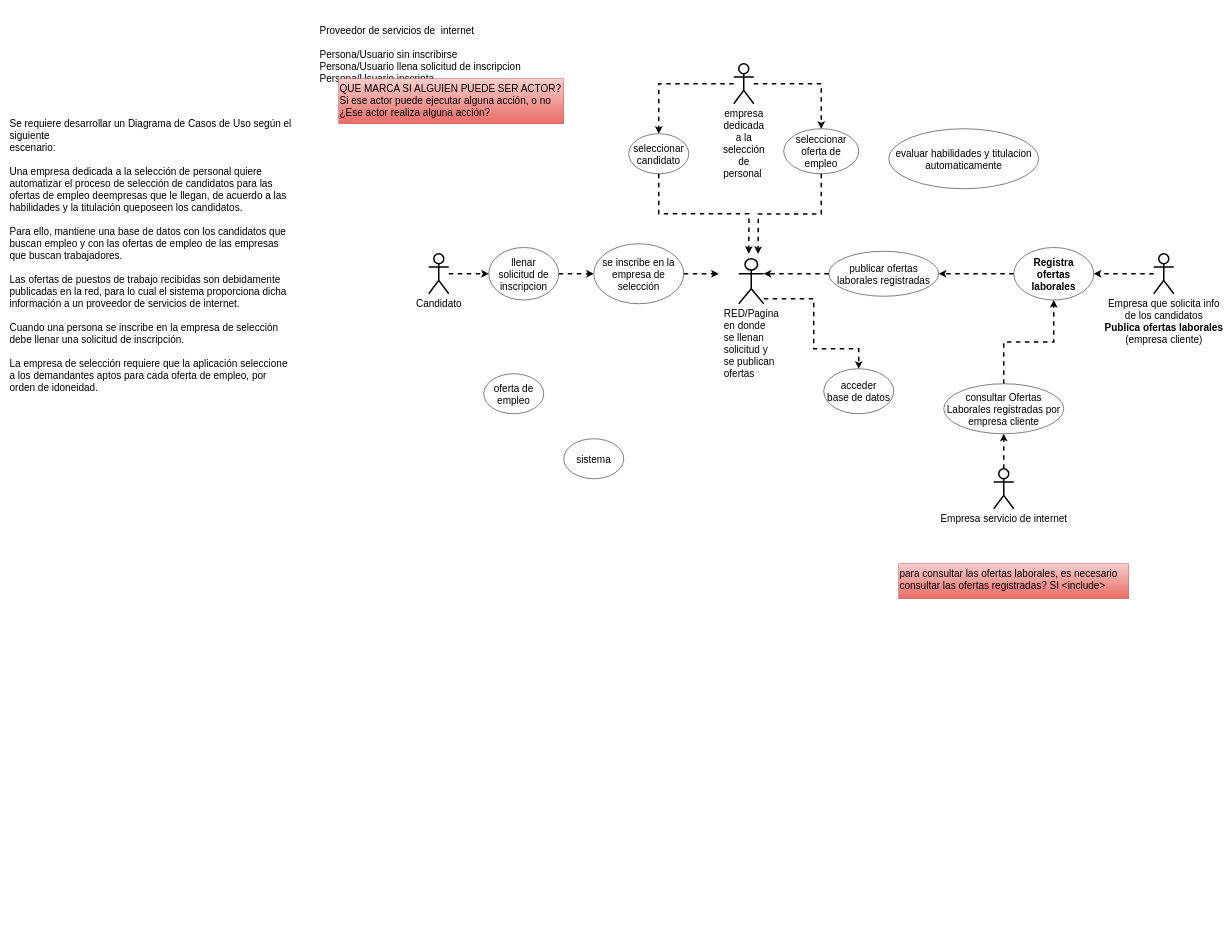
Before: 122_modelado_diseño_de_software/Ej1DiagramasDeCasoDeUso_Empresa.drawio in VictoriaIleanaRodriguezMora/ifts, a draw.io diagram. Source tidied: cells renumbered, new cells numbered last; positions are measured from the earlier drawing's top-left corner, leaving out a move shared by most shapes. Both pictures are drawn from the tidied source at 50%, with x=0, y=0 at pixel (8, 8).
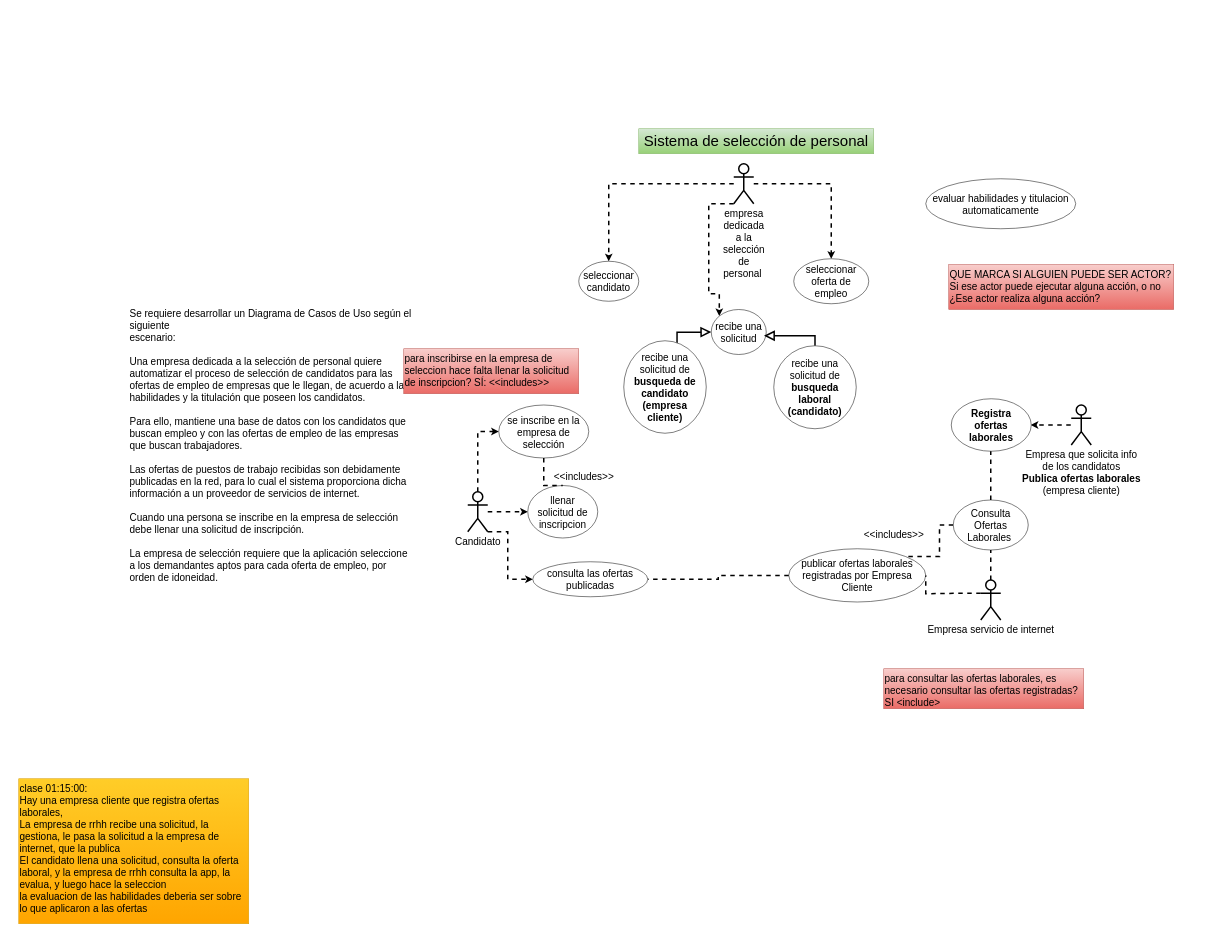
Above is the later version.

Commit message:
feat: Gran avance en la tarea

Diff of the diagram source:
```diff
@@
-    <mxCell id="2" value="Se requiere desarrollar un Diagrama de Casos de Uso según el siguiente&#10;escenario:&#10;&#10;Una empresa dedicada a la selección de personal quiere automatizar el proceso de selección de candidatos para las ofertas de empleo deempresas que le llegan, de acuerdo a las habilidades y la titulación queposeen los candidatos. &#10;&#10;Para ello, mantiene una base de datos con los candidatos que buscan empleo y con las ofertas de empleo de las empresas que buscan trabajadores. &#10;&#10;Las ofertas de puestos de trabajo recibidas son debidamente publicadas en la red, para lo cual el sistema proporciona dicha información a un proveedor de servicios de internet.&#10;&#10;Cuando una persona se inscribe en la empresa de selección debe llenar una solicitud de inscripción. &#10;&#10;La empresa de selección requiere que la aplicación seleccione a los demandantes aptos para cada oferta de empleo, por orden de idoneidad." style="text;whiteSpace=wrap;fontSize=20;" parent="1" vertex="1">
-      <mxGeometry y="210" width="570" height="570" as="geometry" />
+    <mxCell id="2" value="Se requiere desarrollar un Diagrama de Casos de Uso según el siguiente&#10;escenario:&#10;&#10;Una empresa dedicada a la selección de personal quiere automatizar el proceso de selección de candidatos para las ofertas de empleo de empresas que le llegan, de acuerdo a las habilidades y la titulación que poseen los candidatos. &#10;&#10;Para ello, mantiene una base de datos con los candidatos que buscan empleo y con las ofertas de empleo de las empresas que buscan trabajadores. &#10;&#10;Las ofertas de puestos de trabajo recibidas son debidamente publicadas en la red, para lo cual el sistema proporciona dicha información a un proveedor de servicios de internet.&#10;&#10;Cuando una persona se inscribe en la empresa de selección debe llenar una solicitud de inscripción. &#10;&#10;La empresa de selección requiere que la aplicación seleccione a los demandantes aptos para cada oferta de empleo, por orden de idoneidad." style="text;whiteSpace=wrap;fontSize=20;" parent="1" vertex="1">
+      <mxGeometry x="240" y="590" width="570" height="570" as="geometry" />
     </mxCell>
-    <mxCell id="3" value="&#10;Proveedor de servicios de  internet&#10;&#10;Persona/Usuario sin inscribirse&#10;Persona/Usuario llena solicitud de inscripcion&#10;Persona/Usuario inscripta" style="text;whiteSpace=wrap;fontSize=20;" parent="1" vertex="1">
-      <mxGeometry x="620" width="410" height="170" as="geometry" />
-    </mxCell>
@@
+    <mxCell id="35" style="edgeStyle=orthogonalEdgeStyle;rounded=0;jettySize=auto;html=1;exitX=0;exitY=1;exitDx=0;exitDy=0;exitPerimeter=0;entryX=0;entryY=0;entryDx=0;entryDy=0;dashed=1;strokeWidth=3;" parent="1" edge="1" source="6" target="43">
+      <mxGeometry relative="1" as="geometry">
+        <Array as="points">
+          <mxPoint x="1400" y="390" />
+          <mxPoint x="1400" y="570" />
+          <mxPoint x="1421" y="570" />
+        </Array>
+      </mxGeometry>
+    </mxCell>
     <mxCell id="6" value="&lt;span style=&quot;text-wrap-mode: wrap; text-align: left;&quot;&gt;empresa dedicada&lt;br&gt;a la&lt;br&gt;&lt;/span&gt;&lt;div&gt;&lt;span style=&quot;text-align: left; text-wrap-mode: wrap;&quot;&gt;selección de personal&amp;nbsp;&lt;/span&gt;&lt;/div&gt;" style="shape=umlActor;verticalLabelPosition=bottom;verticalAlign=top;html=1;outlineConnect=0;fontSize=20;strokeWidth=3;" parent="1" vertex="1">
-      <mxGeometry x="1450" y="110" width="40" height="80" as="geometry" />
+      <mxGeometry x="1450" y="310" width="40" height="80" as="geometry" />
     </mxCell>
-    <mxCell id="7" value="oferta de empleo" style="ellipse;whiteSpace=wrap;html=1;fontSize=20;" parent="1" vertex="1">
-      <mxGeometry x="950" y="730" width="120" height="80" as="geometry" />
-    </mxCell>
     <mxCell id="8" value="QUE MARCA SI ALGUIEN PUEDE SER ACTOR?&#10;Si ese actor puede ejecutar alguna acción, o no&#10;¿Ese actor realiza alguna acción?" style="text;whiteSpace=wrap;fontSize=20;fillColor=#f8cecc;strokeColor=#b85450;gradientColor=#ea6b66;" parent="1" vertex="1">
-      <mxGeometry x="660" y="140" width="450" height="90" as="geometry" />
+      <mxGeometry x="1880" y="511.5" width="450" height="90" as="geometry" />
     </mxCell>
@@
     <mxCell id="10" value="Candidato" style="shape=umlActor;verticalLabelPosition=bottom;verticalAlign=top;html=1;outlineConnect=0;fontSize=20;strokeWidth=3;" parent="1" vertex="1">
-      <mxGeometry x="840" y="490" width="40" height="80" as="geometry" />
+      <mxGeometry x="918" y="966" width="40" height="80" as="geometry" />
     </mxCell>
-    <mxCell id="11" style="edgeStyle=orthogonalEdgeStyle;rounded=0;jettySize=auto;html=1;entryX=1;entryY=0.5;entryDx=0;entryDy=0;dashed=1;strokeWidth=3;" parent="1" edge="1" source="12" target="23">
-      <mxGeometry relative="1" as="geometry" />
+    <mxCell id="11" style="edgeStyle=orthogonalEdgeStyle;rounded=0;orthogonalLoop=1;jettySize=auto;html=1;entryX=1;entryY=0.5;entryDx=0;entryDy=0;dashed=1;strokeWidth=3;" parent="1" edge="1">
+      <mxGeometry relative="1" as="geometry">
+        <mxPoint x="2124" y="832.5" as="sourcePoint" />
+        <mxPoint x="2044" y="832.5" as="targetPoint" />
+      </mxGeometry>
     </mxCell>
     <mxCell id="12" value="Empresa que solicita info&lt;br&gt;de los candidatos&lt;br&gt;&lt;b&gt;&lt;font style=&quot;color: light-dark(rgb(0, 0, 0), rgb(204, 0, 0));&quot;&gt;Publica ofertas laborales&lt;/font&gt;&lt;/b&gt;&lt;br&gt;(empresa cliente)" style="shape=umlActor;verticalLabelPosition=bottom;verticalAlign=top;html=1;outlineConnect=0;fontSize=20;strokeWidth=3;" parent="1" vertex="1">
-      <mxGeometry x="2290" y="490" width="40" height="80" as="geometry" />
+      <mxGeometry x="2125" y="792.5" width="40" height="80" as="geometry" />
     </mxCell>
-    <mxCell id="13" style="edgeStyle=orthogonalEdgeStyle;rounded=0;jettySize=auto;html=1;entryX=0.5;entryY=1;entryDx=0;entryDy=0;dashed=1;strokeWidth=3;" parent="1" edge="1" source="14" target="31">
+    <mxCell id="13" style="edgeStyle=orthogonalEdgeStyle;rounded=0;jettySize=auto;html=1;entryX=0.5;entryY=1;entryDx=0;entryDy=0;dashed=1;strokeWidth=3;endArrow=none;startFill=0;" parent="1" edge="1" source="14" target="31">
       <mxGeometry relative="1" as="geometry" />
     </mxCell>
     <mxCell id="14" value="Empresa servicio de internet" style="shape=umlActor;verticalLabelPosition=bottom;verticalAlign=top;html=1;outlineConnect=0;fontSize=20;strokeWidth=3;" parent="1" vertex="1">
-      <mxGeometry x="1970" y="920" width="40" height="80" as="geometry" />
+      <mxGeometry x="1944" y="1142.5" width="40" height="80" as="geometry" />
     </mxCell>
-    <mxCell id="15" style="edgeStyle=orthogonalEdgeStyle;rounded=0;jettySize=auto;html=1;entryX=0.5;entryY=0;entryDx=0;entryDy=0;dashed=1;strokeWidth=3;" parent="1" edge="1" source="16" target="28">
-      <mxGeometry relative="1" as="geometry">
-        <Array as="points">
-          <mxPoint x="1610" y="580" />
-          <mxPoint x="1610" y="680" />
-          <mxPoint x="1700" y="680" />
-        </Array>
-      </mxGeometry>
-    </mxCell>
-    <mxCell id="16" value="&lt;div style=&quot;text-align: left;&quot;&gt;&lt;span style=&quot;background-color: transparent; color: light-dark(rgb(0, 0, 0), rgb(255, 255, 255)); text-wrap-mode: wrap;&quot;&gt;RED/Pagina en donde se llenan solicitud y se publican ofertas&lt;/span&gt;&lt;/div&gt;" style="shape=umlActor;verticalLabelPosition=bottom;verticalAlign=top;html=1;outlineConnect=0;fontSize=20;strokeWidth=3;" parent="1" vertex="1">
-      <mxGeometry x="1460" y="500" width="50" height="90" as="geometry" />
-    </mxCell>
-    <mxCell id="17" style="edgeStyle=orthogonalEdgeStyle;rounded=0;jettySize=auto;html=1;entryX=0;entryY=0.5;entryDx=0;entryDy=0;dashed=1;strokeWidth=3;" parent="1" edge="1" source="18">
-      <mxGeometry relative="1" as="geometry">
-        <mxPoint x="1420" y="530" as="targetPoint" />
-      </mxGeometry>
-    </mxCell>
-    <mxCell id="18" value="se inscribe en la empresa de selección" style="ellipse;whiteSpace=wrap;html=1;fontSize=20;" parent="1" vertex="1">
-      <mxGeometry x="1170" y="470" width="180" height="120" as="geometry" />
-    </mxCell>
-    <mxCell id="19" value="sistema" style="ellipse;whiteSpace=wrap;html=1;fontSize=20;" parent="1" vertex="1">
-      <mxGeometry x="1110" y="860" width="120" height="80" as="geometry" />
-    </mxCell>
-    <mxCell id="20" style="edgeStyle=orthogonalEdgeStyle;rounded=0;jettySize=auto;html=1;entryX=0;entryY=0.5;entryDx=0;entryDy=0;dashed=1;strokeWidth=3;" parent="1" edge="1" source="21" target="18">
-      <mxGeometry relative="1" as="geometry" />
-    </mxCell>
     <mxCell id="21" value="llenar&lt;br&gt;solicitud de inscripcion" style="ellipse;whiteSpace=wrap;html=1;fontSize=20;" parent="1" vertex="1">
-      <mxGeometry x="960" y="477.5" width="140" height="105" as="geometry" />
+      <mxGeometry x="1038" y="953.5" width="140" height="105" as="geometry" />
     </mxCell>
-    <mxCell id="22" style="edgeStyle=orthogonalEdgeStyle;rounded=0;jettySize=auto;html=1;dashed=1;strokeWidth=3;entryX=1;entryY=0.5;entryDx=0;entryDy=0;" parent="1" edge="1" source="23" target="33">
+    <mxCell id="22" style="edgeStyle=orthogonalEdgeStyle;rounded=0;jettySize=auto;html=1;dashed=1;strokeWidth=3;entryX=1;entryY=0;entryDx=0;entryDy=0;exitX=0;exitY=0.5;exitDx=0;exitDy=0;endArrow=none;startFill=0;" parent="1" edge="1" source="31" target="33">
       <mxGeometry relative="1" as="geometry" />
     </mxCell>
     <mxCell id="23" value="&lt;b style=&quot;text-wrap-mode: nowrap;&quot;&gt;&lt;font style=&quot;color: light-dark(rgb(0, 0, 0), rgb(204, 0, 0));&quot;&gt;Registra&lt;br&gt;ofertas &lt;br&gt;laborales&lt;/font&gt;&lt;/b&gt;" style="ellipse;whiteSpace=wrap;html=1;fontSize=20;" parent="1" vertex="1">
-      <mxGeometry x="2010" y="477.5" width="160" height="105" as="geometry" />
+      <mxGeometry x="1885" y="780" width="160" height="105" as="geometry" />
     </mxCell>
-    <mxCell id="24" style="edgeStyle=orthogonalEdgeStyle;rounded=0;jettySize=auto;html=1;entryX=0.5;entryY=0;entryDx=0;entryDy=0;dashed=1;strokeWidth=3;exitX=0.5;exitY=1;exitDx=0;exitDy=0;" parent="1" edge="1" source="25">
-      <mxGeometry relative="1" as="geometry">
-        <mxPoint x="1480" y="490" as="targetPoint" />
-      </mxGeometry>
-    </mxCell>
     <mxCell id="25" value="seleccionar candidato" style="ellipse;whiteSpace=wrap;html=1;fontSize=20;" parent="1" vertex="1">
-      <mxGeometry x="1240" y="250" width="120" height="80" as="geometry" />
+      <mxGeometry x="1140" y="505" width="120" height="80" as="geometry" />
     </mxCell>
     <mxCell id="26" value="seleccionar oferta de empleo" style="ellipse;whiteSpace=wrap;html=1;fontSize=20;" parent="1" vertex="1">
-      <mxGeometry x="1550" y="240" width="150" height="90" as="geometry" />
+      <mxGeometry x="1570" y="500" width="150" height="90" as="geometry" />
     </mxCell>
-    <mxCell id="27" style="edgeStyle=orthogonalEdgeStyle;rounded=0;jettySize=auto;html=1;entryX=0.655;entryY=0.006;entryDx=0;entryDy=0;entryPerimeter=0;exitX=0.5;exitY=1;exitDx=0;exitDy=0;dashed=1;strokeWidth=3;" parent="1" edge="1" source="26">
-      <mxGeometry relative="1" as="geometry">
-        <mxPoint x="1498.6" y="490.5" as="targetPoint" />
-      </mxGeometry>
-    </mxCell>
-    <mxCell id="28" value="acceder&lt;br&gt;base de datos" style="ellipse;whiteSpace=wrap;html=1;fontSize=20;" parent="1" vertex="1">
-      <mxGeometry x="1630" y="720" width="140" height="90" as="geometry" />
-    </mxCell>
     <mxCell id="29" value="evaluar habilidades y titulacion&lt;br&gt;automaticamente" style="ellipse;whiteSpace=wrap;html=1;fontSize=20;" parent="1" vertex="1">
-      <mxGeometry x="1760" y="240" width="300" height="120" as="geometry" />
+      <mxGeometry x="1834" y="340" width="300" height="100" as="geometry" />
     </mxCell>
-    <mxCell id="30" style="edgeStyle=orthogonalEdgeStyle;rounded=0;jettySize=auto;html=1;exitX=0.5;exitY=0;exitDx=0;exitDy=0;entryX=0.5;entryY=1;entryDx=0;entryDy=0;dashed=1;strokeWidth=3;" parent="1" edge="1" source="31" target="23">
-      <mxGeometry relative="1" as="geometry" />
+    <mxCell id="30" style="edgeStyle=orthogonalEdgeStyle;rounded=0;jettySize=auto;html=1;exitX=0.5;exitY=0;exitDx=0;exitDy=0;entryX=0.5;entryY=1;entryDx=0;entryDy=0;dashed=1;strokeWidth=3;endArrow=none;startFill=0;" parent="1" edge="1" source="31">
+      <mxGeometry relative="1" as="geometry">
+        <mxPoint x="1964" y="885" as="targetPoint" />
+      </mxGeometry>
     </mxCell>
-    <mxCell id="31" value="consultar Ofertas Laborales registradas por empresa cliente" style="ellipse;whiteSpace=wrap;html=1;fontSize=20;" parent="1" vertex="1">
-      <mxGeometry x="1870" y="750" width="240" height="100" as="geometry" />
+    <mxCell id="31" value="Consulta Ofertas Laborales&amp;nbsp;" style="ellipse;whiteSpace=wrap;html=1;fontSize=20;" parent="1" vertex="1">
+      <mxGeometry x="1889" y="982.5" width="150" height="100" as="geometry" />
     </mxCell>
     <mxCell id="32" value="para consultar las ofertas laborales, es necesario consultar las ofertas registradas? SI &lt;include&gt;" style="text;whiteSpace=wrap;fontSize=20;fillColor=#f8cecc;strokeColor=#b85450;gradientColor=#ea6b66;" parent="1" vertex="1">
-      <mxGeometry x="1780" y="1110" width="460" height="70" as="geometry" />
+      <mxGeometry x="1750" y="1320" width="400" height="80" as="geometry" />
     </mxCell>
-    <mxCell id="33" value="publicar ofertas laborales registradas" style="ellipse;whiteSpace=wrap;html=1;fontSize=20;" parent="1" vertex="1">
-      <mxGeometry x="1640" y="485" width="220" height="90" as="geometry" />
+    <mxCell id="33" value="publicar ofertas laborales registradas por Empresa Cliente" style="ellipse;whiteSpace=wrap;html=1;fontSize=20;" parent="1" vertex="1">
+      <mxGeometry x="1560" y="1080" width="274" height="106.5" as="geometry" />
     </mxCell>
-    <mxCell id="34" style="edgeStyle=orthogonalEdgeStyle;rounded=0;jettySize=auto;html=1;dashed=1;strokeWidth=3;entryX=1;entryY=0.3333333333333333;entryDx=0;entryDy=0;entryPerimeter=0;exitX=0;exitY=0.5;exitDx=0;exitDy=0;" parent="1" edge="1" source="33" target="16">
+    <mxCell id="34" style="edgeStyle=orthogonalEdgeStyle;rounded=0;jettySize=auto;html=1;dashed=1;strokeWidth=3;entryX=1;entryY=0.5;entryDx=0;entryDy=0;exitX=0;exitY=0.5;exitDx=0;exitDy=0;endArrow=none;startFill=0;" parent="1" edge="1" source="33" target="37">
       <mxGeometry relative="1" as="geometry" />
     </mxCell>
+    <mxCell id="36" value="Sistema de selección de personal" style="text;whiteSpace=wrap;fontSize=30;fillColor=#d5e8d4;strokeColor=#82b366;gradientColor=#97d077;align=center;" parent="1" vertex="1">
+      <mxGeometry x="1260" y="240" width="470" height="50" as="geometry" />
+    </mxCell>
+    <mxCell id="37" value="consulta las ofertas publicadas" style="ellipse;whiteSpace=wrap;html=1;fontSize=20;" parent="1" vertex="1">
+      <mxGeometry x="1048" y="1106" width="230" height="70" as="geometry" />
+    </mxCell>
+    <mxCell id="38" value="clase 01:15:00:&#10;Hay una empresa cliente que registra ofertas laborales, &#10;La empresa de rrhh recibe una solicitud, la gestiona, le pasa la solicitud a la empresa de internet, que la publica &#10;El candidato llena una solicitud, consulta la oferta laboral, y la empresa de rrhh consulta la app, la evalua, y luego hace la seleccion &#10;la evaluacion de las habilidades deberia ser sobre lo que aplicaron a las ofertas" style="text;whiteSpace=wrap;fontSize=20;fillColor=#ffcd28;strokeColor=#d79b00;gradientColor=#ffa500;" parent="1" vertex="1">
+      <mxGeometry x="20" y="1540" width="460" height="290" as="geometry" />
+    </mxCell>
+    <mxCell id="39" value="&lt;div&gt;&lt;br&gt;&lt;/div&gt;" style="text;html=1;align=center;verticalAlign=middle;strokeColor=none;fillColor=none;" parent="1" vertex="1">
+      <mxGeometry x="993" y="1295" width="20" height="30" as="geometry" />
+    </mxCell>
+    <mxCell id="40" style="edgeStyle=orthogonalEdgeStyle;rounded=0;jettySize=auto;html=1;dashed=1;strokeWidth=3;entryX=0;entryY=0.5;entryDx=0;entryDy=0;exitX=1;exitY=1;exitDx=0;exitDy=0;exitPerimeter=0;" parent="1" edge="1" source="10" target="37">
+      <mxGeometry relative="1" as="geometry">
+        <Array as="points">
+          <mxPoint x="998" y="1046" />
+          <mxPoint x="998" y="1141" />
+        </Array>
+      </mxGeometry>
+    </mxCell>
+    <mxCell id="41" style="edgeStyle=orthogonalEdgeStyle;rounded=0;jettySize=auto;html=1;entryX=1;entryY=0.5;entryDx=0;entryDy=0;dashed=1;strokeWidth=3;exitX=0;exitY=0.3333333333333333;exitDx=0;exitDy=0;exitPerimeter=0;endArrow=none;startFill=0;" parent="1" edge="1" source="14" target="33">
+      <mxGeometry relative="1" as="geometry">
+        <Array as="points">
+          <mxPoint x="1889" y="1169" />
+          <mxPoint x="1834" y="1170" />
+        </Array>
+      </mxGeometry>
+    </mxCell>
+    <mxCell id="42" value="&amp;lt;&amp;lt;includes&amp;gt;&amp;gt;" style="text;html=1;align=center;verticalAlign=middle;strokeColor=none;fillColor=none;fontSize=20;" parent="1" vertex="1">
+      <mxGeometry x="1700" y="1030" width="140" height="40" as="geometry" />
+    </mxCell>
+    <mxCell id="43" value="recibe una solicitud" style="ellipse;whiteSpace=wrap;html=1;fontSize=20;" parent="1" vertex="1">
+      <mxGeometry x="1405" y="601.5" width="110" height="90" as="geometry" />
+    </mxCell>
+    <mxCell id="44" style="edgeStyle=orthogonalEdgeStyle;rounded=0;jettySize=auto;html=1;exitX=0.5;exitY=0;exitDx=0;exitDy=0;endArrow=block;endFill=0;strokeWidth=3;endSize=14;" parent="1" edge="1" source="45">
+      <mxGeometry relative="1" as="geometry">
+        <mxPoint x="1510" y="654" as="targetPoint" />
+      </mxGeometry>
+    </mxCell>
+    <mxCell id="45" value="recibe una solicitud de &lt;b&gt;&lt;font style=&quot;color: light-dark(rgb(0, 0, 0), rgb(255, 0, 0));&quot;&gt;busqueda laboral&lt;br&gt;(candidato)&lt;/font&gt;&lt;/b&gt;" style="ellipse;whiteSpace=wrap;html=1;fontSize=20;" parent="1" vertex="1">
+      <mxGeometry x="1530" y="674" width="165" height="166" as="geometry" />
+    </mxCell>
+    <mxCell id="46" style="edgeStyle=orthogonalEdgeStyle;rounded=0;jettySize=auto;html=1;exitX=0.646;exitY=0.023;exitDx=0;exitDy=0;endArrow=block;endFill=0;strokeWidth=3;endSize=14;exitPerimeter=0;entryX=0;entryY=0.5;entryDx=0;entryDy=0;" parent="1" edge="1" source="47" target="43">
+      <mxGeometry relative="1" as="geometry">
+        <Array as="points">
+          <mxPoint x="1337" y="647" />
+          <mxPoint x="1370" y="647" />
+        </Array>
+      </mxGeometry>
+    </mxCell>
+    <mxCell id="47" value="recibe una solicitud de &lt;b&gt;&lt;font style=&quot;color: light-dark(rgb(0, 0, 0), rgb(255, 0, 0));&quot;&gt;busqueda de candidato&lt;br&gt;(empresa &lt;br&gt;cliente)&lt;/font&gt;&lt;/b&gt;" style="ellipse;whiteSpace=wrap;html=1;fontSize=20;" parent="1" vertex="1">
+      <mxGeometry x="1230" y="664" width="165" height="185" as="geometry" />
+    </mxCell>
+    <mxCell id="18" value="se inscribe en la empresa de selección" style="ellipse;whiteSpace=wrap;html=1;fontSize=20;" parent="1" vertex="1">
+      <mxGeometry x="980" y="792.5" width="180" height="106" as="geometry" />
+    </mxCell>
+    <mxCell id="48" style="edgeStyle=orthogonalEdgeStyle;rounded=0;jettySize=auto;html=1;dashed=1;strokeWidth=3;entryX=0;entryY=0.5;entryDx=0;entryDy=0;exitX=0.5;exitY=0;exitDx=0;exitDy=0;exitPerimeter=0;" parent="1" edge="1" source="10" target="18">
+      <mxGeometry relative="1" as="geometry" />
+    </mxCell>
+    <mxCell id="49" style="edgeStyle=orthogonalEdgeStyle;rounded=0;jettySize=auto;html=1;entryX=0.5;entryY=0;entryDx=0;entryDy=0;dashed=1;strokeWidth=3;exitX=0.5;exitY=1;exitDx=0;exitDy=0;endArrow=none;startFill=0;" parent="1" edge="1" source="18" target="21">
+      <mxGeometry relative="1" as="geometry">
+        <Array as="points">
+          <mxPoint x="1070" y="954" />
+        </Array>
+      </mxGeometry>
+    </mxCell>
+    <mxCell id="50" value="&amp;lt;&amp;lt;includes&amp;gt;&amp;gt;" style="text;html=1;align=center;verticalAlign=middle;strokeColor=none;fillColor=none;fontSize=20;" parent="1" vertex="1">
+      <mxGeometry x="1080" y="913.5" width="140" height="40" as="geometry" />
+    </mxCell>
+    <mxCell id="51" value="para inscribirse en la empresa de seleccion hace falta llenar la solicitud de inscripcion? SÍ: &lt;&lt;includes&gt;&gt;" style="text;whiteSpace=wrap;fontSize=20;fillColor=#f8cecc;strokeColor=#b85450;gradientColor=#ea6b66;" parent="1" vertex="1">
+      <mxGeometry x="790" y="680" width="350" height="90" as="geometry" />
+    </mxCell>
```
